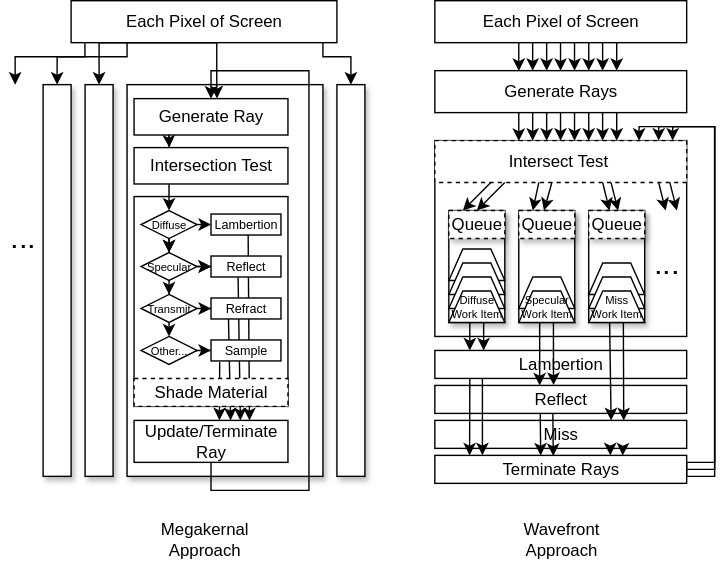
This is img/wavefront.svg from TsingLoo/CUDA-Project3-Path-Tracer, a draw.io export, as it was before one commit. Source tidied: cells renumbered, new cells last; positions are measured from the earlier drawing's top-left corner, leaving out a move shared by most shapes.
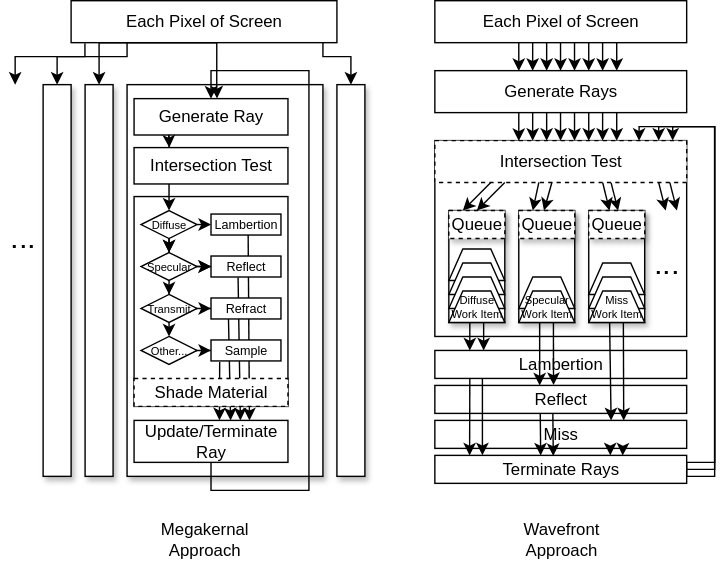
Above is the later version.

Change to the diagram source:
```diff
@@ -184,7 +184,7 @@
     <mxCell id="45" style="rounded=0;html=1;hachureGap=4;fontFamily=Architects Daughter;fontSource=https%3A%2F%2Ffonts.googleapis.com%2Fcss%3Ffamily%3DArchitects%2BDaughter;whiteSpace=wrap;fontColor=default;" parent="1" vertex="1">
       <mxGeometry x="310" y="100" width="180" height="140" as="geometry" />
     </mxCell>
-    <mxCell id="46" value="&lt;font face=&quot;Helvetica&quot;&gt;Intersect Test&amp;nbsp;&lt;/font&gt;" style="rounded=0;html=1;hachureGap=4;fontFamily=Architects Daughter;fontSource=https%3A%2F%2Ffonts.googleapis.com%2Fcss%3Ffamily%3DArchitects%2BDaughter;whiteSpace=wrap;fontColor=default;dashed=1;" parent="1" vertex="1">
+    <mxCell id="46" value="&lt;span style=&quot;font-family: Helvetica;&quot;&gt;Intersection Test&lt;/span&gt;" style="rounded=0;html=1;hachureGap=4;fontFamily=Architects Daughter;fontSource=https%3A%2F%2Ffonts.googleapis.com%2Fcss%3Ffamily%3DArchitects%2BDaughter;whiteSpace=wrap;fontColor=default;dashed=1;" parent="1" vertex="1">
       <mxGeometry x="310" y="100" width="180" height="30" as="geometry" />
     </mxCell>
     <mxCell id="47" value="..." style="text;html=1;align=center;verticalAlign=middle;strokeColor=none;fillColor=none;fontFamily=Architects Daughter;fontSource=https%3A%2F%2Ffonts.googleapis.com%2Fcss%3Ffamily%3DArchitects%2BDaughter;fontSize=22;" parent="1" vertex="1">
```
